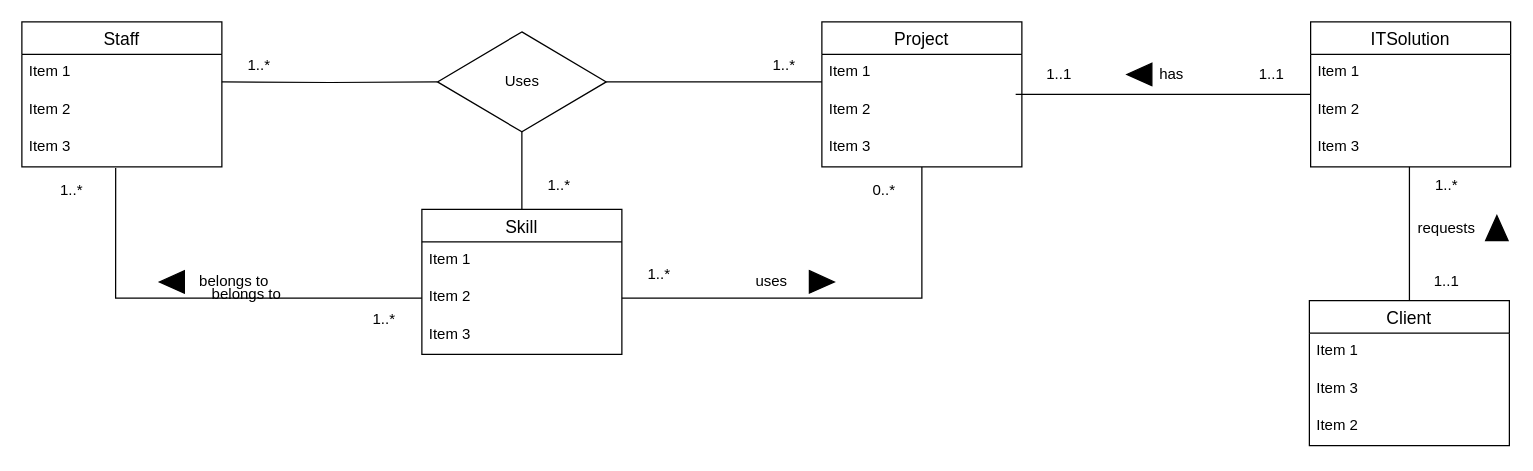
The draw.io diagram page "Page-2" (2 of 2) of Tutorial 2/Tutorial2_Exercise1.drawio in ChitharaKarunasekera/DatabaseSystemsTutorials, before the edit. Source tidied: cells renumbered, new cells numbered last; positions are measured from the earlier drawing's top-left corner, leaving out a move shared by most shapes. Both pictures are drawn from the tidied source at 125%, with x=0, y=0 at pixel (21, 21).
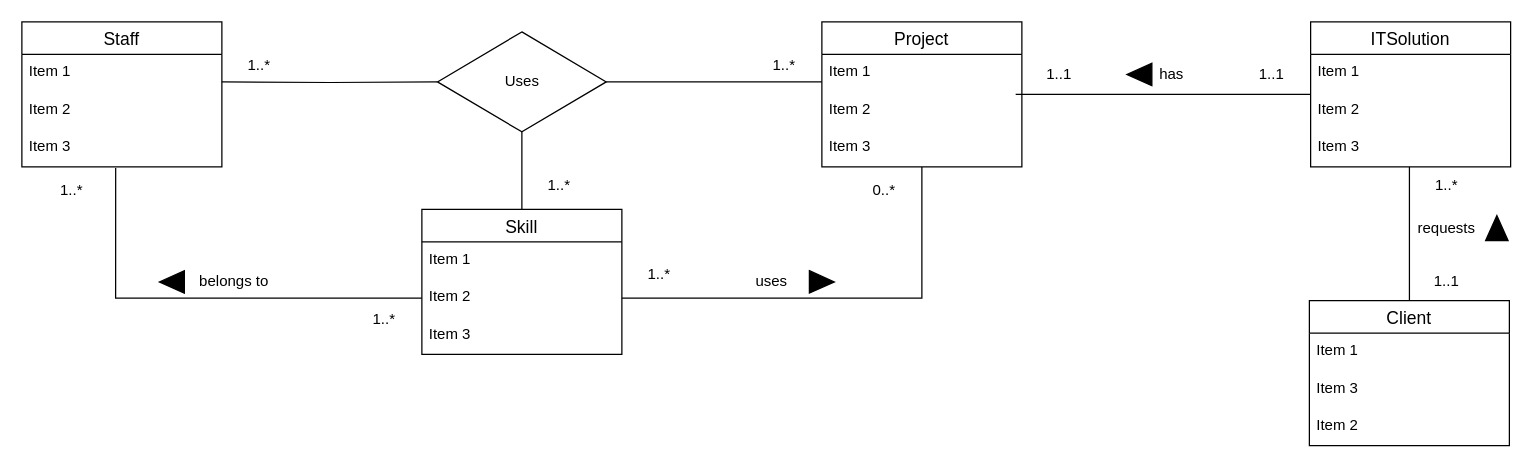
Above is the later version.

Commit message:
added ITSolution entity

Diff of the diagram source:
```diff
@@
-    <mxCell id="49" value="belongs to" style="text;html=1;strokeColor=none;fillColor=none;align=center;verticalAlign=middle;whiteSpace=wrap;rounded=0;" parent="1" vertex="1">
-      <mxGeometry x="150" y="203" width="60" height="30" as="geometry" />
-    </mxCell>
```
